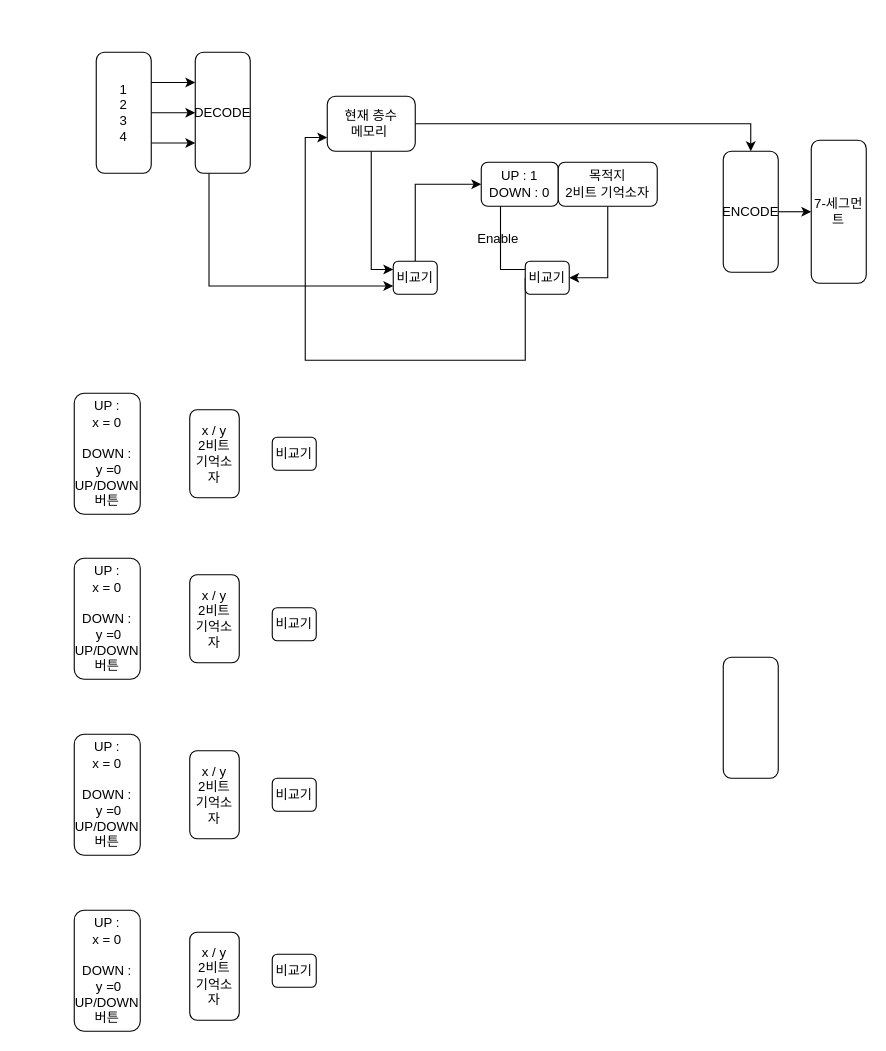
This is Untitled Diagram.drawio from CherryPichu/Elevator_Controller, a draw.io file, before an edit. Source tidied: cells renumbered, new cells numbered last; positions are measured from the earlier drawing's top-left corner, leaving out a move shared by most shapes. Both pictures are drawn from the tidied source at 110%, with x=0, y=0 at pixel (74, 52).
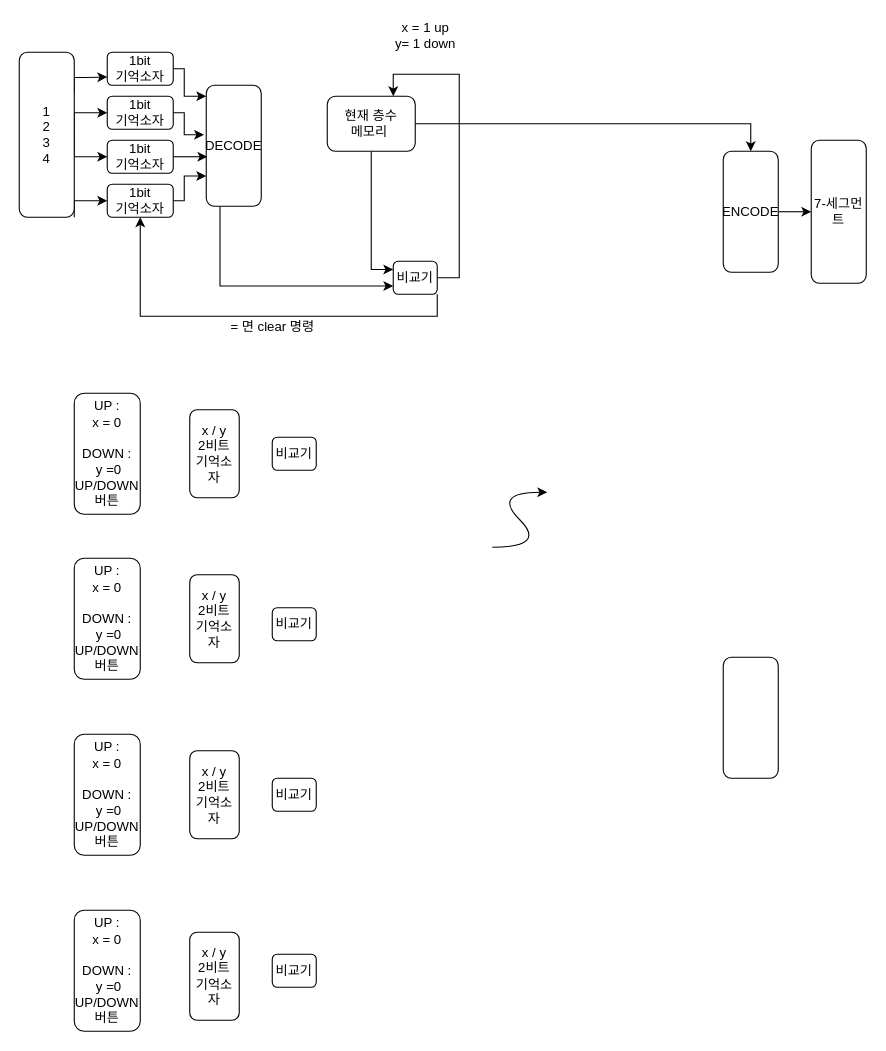
Above is the later version.

Unchanged cells that the change refers to:
```xml
<mxCell id="4" value="현재 층수 &lt;br&gt;메모리&amp;nbsp;&lt;br&gt;" style="rounded=1;whiteSpace=wrap;html=1;" parent="1" vertex="1">
  <mxGeometry x="230" y="40" width="80" height="50" as="geometry" />
</mxCell>
<mxCell id="6" value="비교기" style="rounded=1;whiteSpace=wrap;html=1;" parent="1" vertex="1">
  <mxGeometry x="290" y="190" width="40" height="30" as="geometry" />
</mxCell>
```

Diff of the diagram source:
```diff
@@
-    <mxCell id="5" style="edgeStyle=orthogonalEdgeStyle;rounded=0;jettySize=auto;html=1;exitX=0.5;exitY=0;exitDx=0;exitDy=0;entryX=0;entryY=0.5;entryDx=0;entryDy=0;" parent="1" edge="1" source="6" target="18">
-      <mxGeometry relative="1" as="geometry">
-        <Array as="points">
-          <mxPoint x="310" y="120" />
-        </Array>
-      </mxGeometry>
-    </mxCell>
+    <mxCell id="36" style="edgeStyle=orthogonalEdgeStyle;rounded=0;jettySize=auto;html=1;exitX=1;exitY=0.5;exitDx=0;exitDy=0;entryX=0.75;entryY=0;entryDx=0;entryDy=0;" parent="1" edge="1" source="6" target="4">
+      <mxGeometry relative="1" as="geometry" />
+    </mxCell>
+    <mxCell id="37" style="edgeStyle=orthogonalEdgeStyle;rounded=0;jettySize=auto;html=1;exitX=1;exitY=1;exitDx=0;exitDy=0;entryX=0.5;entryY=1;entryDx=0;entryDy=0;entryPerimeter=0;" parent="1" edge="1" source="6" target="49">
+      <mxGeometry relative="1" as="geometry" />
+    </mxCell>
@@
-    <mxCell id="7" style="edgeStyle=orthogonalEdgeStyle;rounded=0;jettySize=auto;html=1;exitX=1;exitY=0.25;exitDx=0;exitDy=0;entryX=0;entryY=0.25;entryDx=0;entryDy=0;" parent="1" edge="1" source="10" target="14">
-      <mxGeometry relative="1" as="geometry" />
-    </mxCell>
-    <mxCell id="8" style="edgeStyle=orthogonalEdgeStyle;rounded=0;jettySize=auto;html=1;exitX=1;exitY=0.5;exitDx=0;exitDy=0;entryX=0;entryY=0.5;entryDx=0;entryDy=0;" parent="1" edge="1" source="10" target="14">
-      <mxGeometry relative="1" as="geometry" />
-    </mxCell>
-    <mxCell id="9" style="edgeStyle=orthogonalEdgeStyle;rounded=0;jettySize=auto;html=1;exitX=1;exitY=0.75;exitDx=0;exitDy=0;entryX=0;entryY=0.75;entryDx=0;entryDy=0;" parent="1" edge="1" source="10" target="14">
-      <mxGeometry relative="1" as="geometry" />
-    </mxCell>
+    <mxCell id="38" style="edgeStyle=orthogonalEdgeStyle;rounded=0;jettySize=auto;html=1;exitX=1;exitY=0.25;exitDx=0;exitDy=0;entryX=0;entryY=0.75;entryDx=0;entryDy=0;" parent="1" edge="1" source="10" target="43">
+      <mxGeometry relative="1" as="geometry">
+        <Array as="points">
+          <mxPoint y="23" />
+          <mxPoint x="10" y="23" />
+        </Array>
+      </mxGeometry>
+    </mxCell>
+    <mxCell id="39" style="edgeStyle=orthogonalEdgeStyle;rounded=0;jettySize=auto;html=1;exitX=1;exitY=0.5;exitDx=0;exitDy=0;entryX=0;entryY=0.5;entryDx=0;entryDy=0;" parent="1" edge="1" source="10" target="47">
+      <mxGeometry relative="1" as="geometry">
+        <Array as="points">
+          <mxPoint y="95" />
+        </Array>
+      </mxGeometry>
+    </mxCell>
+    <mxCell id="40" style="edgeStyle=orthogonalEdgeStyle;rounded=0;jettySize=auto;html=1;exitX=1;exitY=1;exitDx=0;exitDy=0;entryX=0;entryY=0.5;entryDx=0;entryDy=0;" parent="1" edge="1" source="10" target="49">
+      <mxGeometry relative="1" as="geometry">
+        <Array as="points">
+          <mxPoint y="135" />
+        </Array>
+      </mxGeometry>
+    </mxCell>
+    <mxCell id="41" style="edgeStyle=orthogonalEdgeStyle;rounded=0;jettySize=auto;html=1;exitX=1;exitY=0.5;exitDx=0;exitDy=0;entryX=0;entryY=0.5;entryDx=0;entryDy=0;" parent="1" edge="1" source="10" target="45">
+      <mxGeometry relative="1" as="geometry">
+        <Array as="points">
+          <mxPoint y="55" />
+        </Array>
+      </mxGeometry>
+    </mxCell>
     <mxCell id="10" value="1&lt;br&gt;2&lt;br&gt;3&lt;br&gt;4" style="rounded=1;whiteSpace=wrap;html=1;" parent="1" vertex="1">
-      <mxGeometry x="20" width="50" height="110" as="geometry" />
+      <mxGeometry x="-50" width="50" height="150" as="geometry" />
     </mxCell>
@@
     <mxCell id="14" value="DECODE" style="rounded=1;whiteSpace=wrap;html=1;" parent="1" vertex="1">
-      <mxGeometry x="110" width="50" height="110" as="geometry" />
+      <mxGeometry x="120" y="30" width="50" height="110" as="geometry" />
     </mxCell>
@@
-    <mxCell id="18" value="UP : 1&lt;br&gt;DOWN : 0" style="rounded=1;whiteSpace=wrap;html=1;" parent="1" vertex="1">
-      <mxGeometry x="370" y="100" width="70" height="40" as="geometry" />
-    </mxCell>
-    <mxCell id="19" style="edgeStyle=orthogonalEdgeStyle;rounded=0;jettySize=auto;html=1;exitX=0.5;exitY=1;exitDx=0;exitDy=0;entryX=1;entryY=0.5;entryDx=0;entryDy=0;" parent="1" edge="1" source="20" target="33">
-      <mxGeometry relative="1" as="geometry" />
-    </mxCell>
-    <mxCell id="20" value="목적지&lt;br&gt;2비트 기억소자" style="rounded=1;whiteSpace=wrap;html=1;" parent="1" vertex="1">
-      <mxGeometry x="440" y="100" width="90" height="40" as="geometry" />
-    </mxCell>
@@
-    <mxCell id="32" style="edgeStyle=orthogonalEdgeStyle;rounded=0;jettySize=auto;html=1;exitX=0;exitY=0.5;exitDx=0;exitDy=0;entryX=0;entryY=0.75;entryDx=0;entryDy=0;" parent="1" edge="1" source="33" target="4">
-      <mxGeometry relative="1" as="geometry">
-        <Array as="points">
-          <mxPoint x="410" y="280" />
-          <mxPoint x="210" y="280" />
-          <mxPoint x="210" y="78" />
-        </Array>
-      </mxGeometry>
-    </mxCell>
-    <mxCell id="33" value="비교기" style="rounded=1;whiteSpace=wrap;html=1;" parent="1" vertex="1">
-      <mxGeometry x="410" y="190" width="40" height="30" as="geometry" />
-    </mxCell>
-    <mxCell id="34" style="edgeStyle=orthogonalEdgeStyle;rounded=0;jettySize=auto;html=1;exitX=0;exitY=0.25;exitDx=0;exitDy=0;endArrow=none;entryX=0.25;entryY=1;entryDx=0;entryDy=0;" parent="1" edge="1" source="33" target="18">
-      <mxGeometry relative="1" as="geometry" />
-    </mxCell>
-    <mxCell id="35" value="Enable" style="text;html=1;align=center;verticalAlign=middle;fillColor=none;strokeColor=none;rounded=0;" parent="1" vertex="1">
-      <mxGeometry x="360" y="160" width="50" height="20" as="geometry" />
-    </mxCell>
+    <mxCell id="42" style="edgeStyle=orthogonalEdgeStyle;rounded=0;jettySize=auto;html=1;exitX=1;exitY=0.5;exitDx=0;exitDy=0;" parent="1" edge="1" source="43">
+      <mxGeometry relative="1" as="geometry">
+        <mxPoint x="120" y="40" as="targetPoint" />
+        <Array as="points">
+          <mxPoint x="100" y="15" />
+          <mxPoint x="100" y="40" />
+        </Array>
+      </mxGeometry>
+    </mxCell>
+    <mxCell id="43" value="1bit&lt;br&gt;기억소자" style="rounded=1;whiteSpace=wrap;html=1;" parent="1" vertex="1">
+      <mxGeometry x="30" width="60" height="30" as="geometry" />
+    </mxCell>
+    <mxCell id="44" style="edgeStyle=orthogonalEdgeStyle;rounded=0;jettySize=auto;html=1;exitX=1;exitY=0.5;exitDx=0;exitDy=0;entryX=-0.04;entryY=0.409;entryDx=0;entryDy=0;entryPerimeter=0;" parent="1" edge="1" source="45" target="14">
+      <mxGeometry relative="1" as="geometry">
+        <Array as="points">
+          <mxPoint x="100" y="55" />
+          <mxPoint x="100" y="75" />
+        </Array>
+      </mxGeometry>
+    </mxCell>
+    <mxCell id="45" value="1bit&lt;br&gt;기억소자" style="rounded=1;whiteSpace=wrap;html=1;" parent="1" vertex="1">
+      <mxGeometry x="30" y="40" width="60" height="30" as="geometry" />
+    </mxCell>
+    <mxCell id="46" style="edgeStyle=orthogonalEdgeStyle;rounded=0;jettySize=auto;html=1;exitX=1;exitY=0.5;exitDx=0;exitDy=0;entryX=0.02;entryY=0.582;entryDx=0;entryDy=0;entryPerimeter=0;" parent="1" edge="1" source="47" target="14">
+      <mxGeometry relative="1" as="geometry" />
+    </mxCell>
+    <mxCell id="47" value="1bit&lt;br&gt;기억소자" style="rounded=1;whiteSpace=wrap;html=1;" parent="1" vertex="1">
+      <mxGeometry x="30" y="80" width="60" height="30" as="geometry" />
+    </mxCell>
+    <mxCell id="48" style="edgeStyle=orthogonalEdgeStyle;rounded=0;jettySize=auto;html=1;exitX=1;exitY=0.5;exitDx=0;exitDy=0;entryX=0;entryY=0.75;entryDx=0;entryDy=0;" parent="1" edge="1" source="49" target="14">
+      <mxGeometry relative="1" as="geometry">
+        <Array as="points">
+          <mxPoint x="100" y="135" />
+          <mxPoint x="100" y="113" />
+        </Array>
+      </mxGeometry>
+    </mxCell>
+    <mxCell id="49" value="1bit&lt;br&gt;기억소자" style="rounded=1;whiteSpace=wrap;html=1;" parent="1" vertex="1">
+      <mxGeometry x="30" y="120" width="60" height="30" as="geometry" />
+    </mxCell>
+    <mxCell id="50" style="curved=1;endArrow=classic;html=1;" parent="1" edge="1">
+      <mxGeometry relative="1" as="geometry">
+        <mxPoint x="380" y="450" as="sourcePoint" />
+        <mxPoint x="430" y="400" as="targetPoint" />
+        <Array as="points">
+          <mxPoint x="430" y="450" />
+          <mxPoint x="380" y="400" />
+        </Array>
+      </mxGeometry>
+    </mxCell>
+    <mxCell id="51" value="x = 1 up&lt;br&gt;y= 1 down" style="text;html=1;align=center;verticalAlign=middle;fillColor=none;strokeColor=none;rounded=0;" parent="1" vertex="1">
+      <mxGeometry x="284" y="-30" width="70" height="30" as="geometry" />
+    </mxCell>
+    <mxCell id="52" value="= 면 clear 명령" style="text;html=1;align=center;verticalAlign=middle;fillColor=none;strokeColor=none;rounded=0;" parent="1" vertex="1">
+      <mxGeometry x="135" y="240" width="90" height="20" as="geometry" />
+    </mxCell>
```
